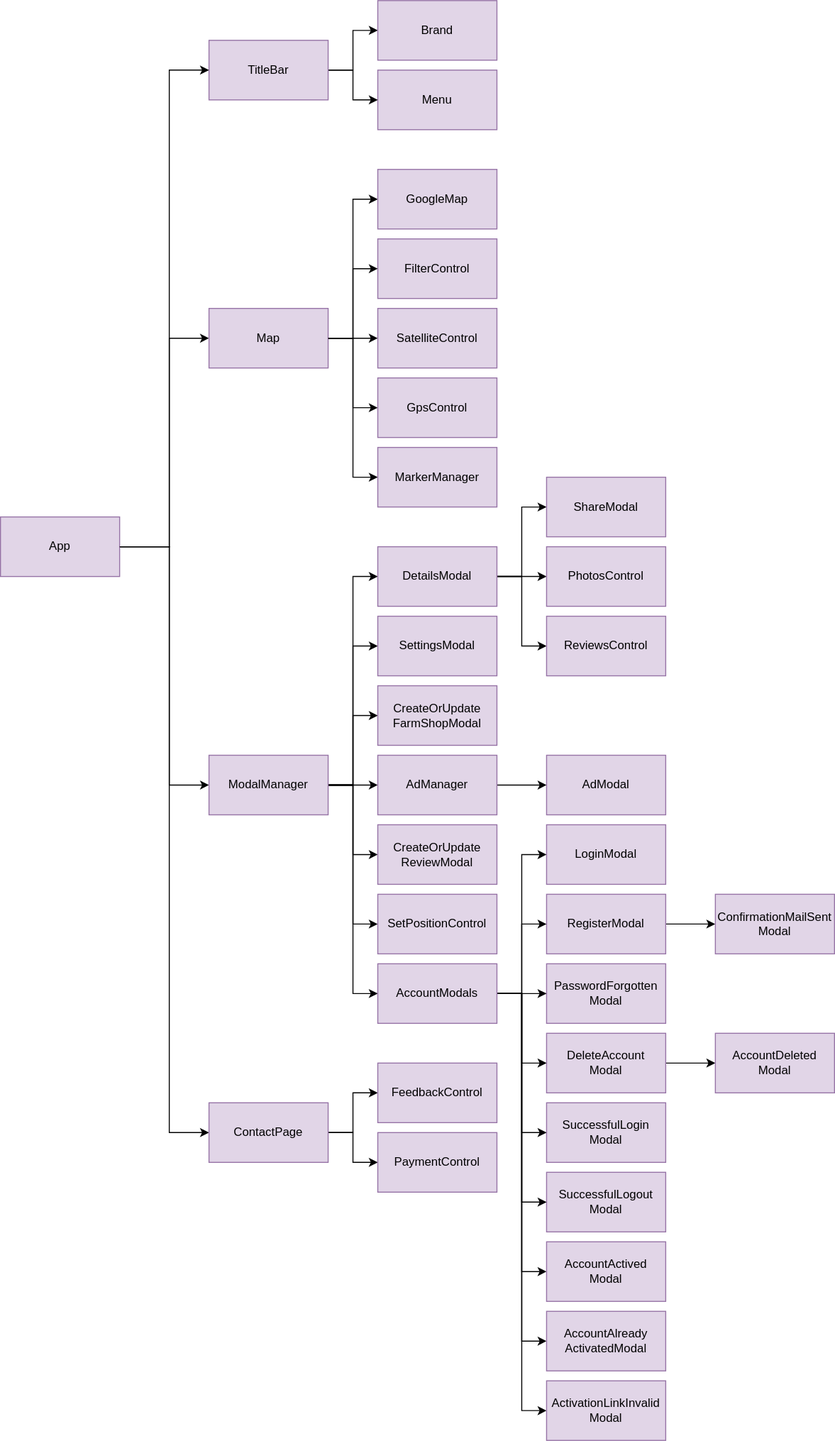
Above: _images/architecture-front-end.drawio.svg in gartenkralle/geolocation-services-doc (draw.io), before the change. Source tidied: cells renumbered, new cells last; positions are measured from the earlier drawing's top-left corner, leaving out a move shared by most shapes.
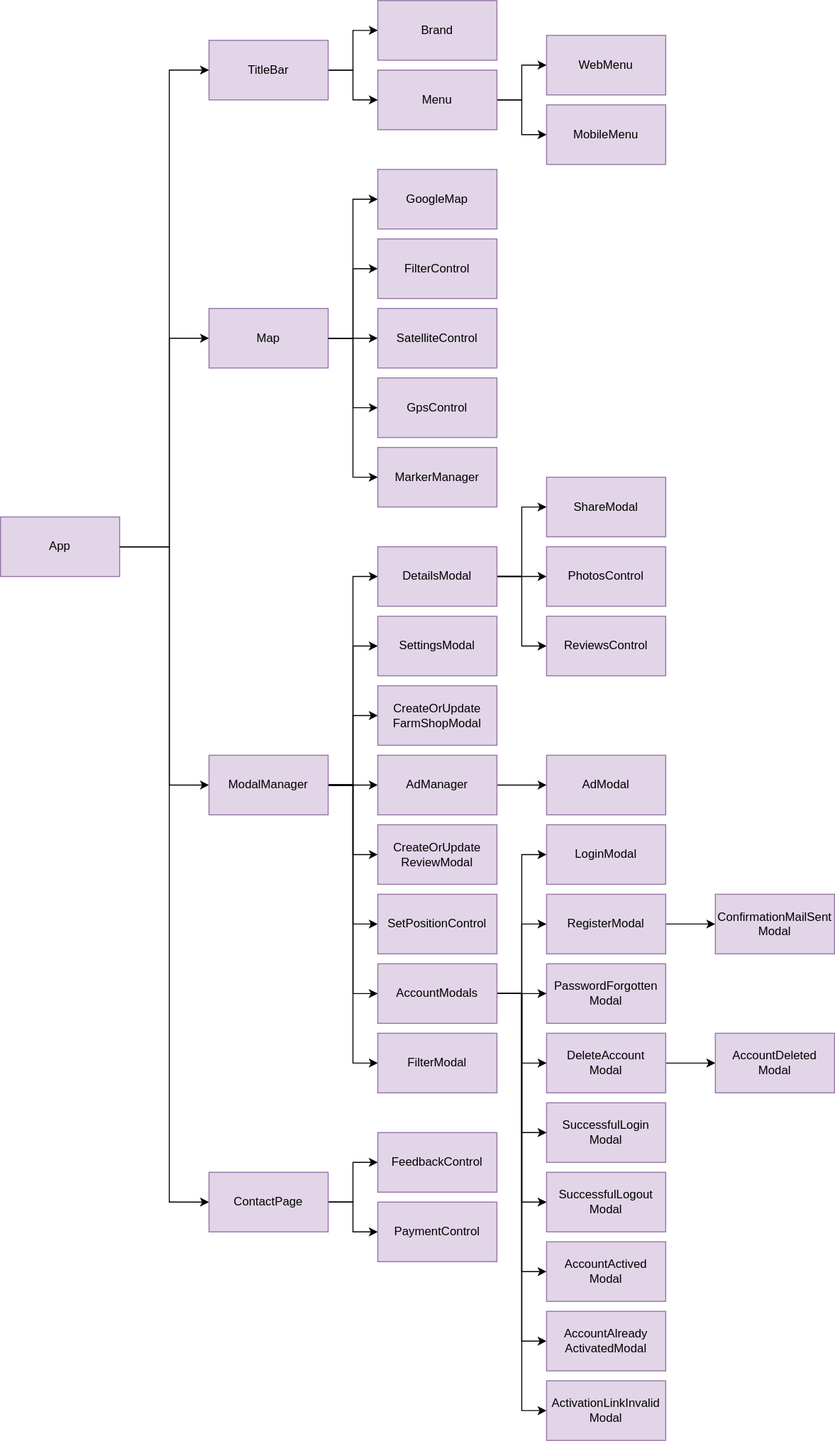
After the change.

Commit message:
update front end diagram

What changed in the source:
```diff
@@ -22,13 +22,19 @@
       <mxGeometry relative="1" as="geometry">
         <Array as="points">
           <mxPoint x="170" y="550" />
-          <mxPoint x="170" y="1140" />
+          <mxPoint x="170" y="1210" />
         </Array>
       </mxGeometry>
     </mxCell>
     <mxCell id="5" value="App" style="rounded=0;whiteSpace=wrap;html=1;fillColor=#e1d5e7;strokeColor=#9673a6;" parent="1" vertex="1">
       <mxGeometry y="520" width="120" height="60" as="geometry" />
     </mxCell>
+    <mxCell id="73" style="edgeStyle=orthogonalEdgeStyle;rounded=0;jettySize=auto;html=1;entryX=0;entryY=0.5;entryDx=0;entryDy=0;" parent="1" edge="1" source="6" target="76">
+      <mxGeometry relative="1" as="geometry" />
+    </mxCell>
+    <mxCell id="74" style="edgeStyle=orthogonalEdgeStyle;rounded=0;jettySize=auto;html=1;entryX=0;entryY=0.5;entryDx=0;entryDy=0;" parent="1" edge="1" source="6" target="77">
+      <mxGeometry relative="1" as="geometry" />
+    </mxCell>
     <mxCell id="6" value="Menu" style="rounded=0;whiteSpace=wrap;html=1;fillColor=#e1d5e7;strokeColor=#9673a6;" parent="1" vertex="1">
       <mxGeometry x="380" y="70" width="120" height="60" as="geometry" />
     </mxCell>
@@ -68,6 +74,9 @@
     <mxCell id="18" style="edgeStyle=orthogonalEdgeStyle;rounded=0;jettySize=auto;html=1;entryX=0;entryY=0.5;entryDx=0;entryDy=0;" parent="1" edge="1" source="19" target="68">
       <mxGeometry relative="1" as="geometry" />
     </mxCell>
+    <mxCell id="75" style="edgeStyle=orthogonalEdgeStyle;rounded=0;jettySize=auto;html=1;entryX=0;entryY=0.5;entryDx=0;entryDy=0;" parent="1" edge="1" source="19" target="78">
+      <mxGeometry relative="1" as="geometry" />
+    </mxCell>
     <mxCell id="19" value="ModalManager" style="rounded=0;whiteSpace=wrap;html=1;fillColor=#e1d5e7;strokeColor=#9673a6;" parent="1" vertex="1">
       <mxGeometry x="210" y="760" width="120" height="60" as="geometry" />
     </mxCell>
@@ -153,13 +162,13 @@
       <mxGeometry relative="1" as="geometry" />
     </mxCell>
     <mxCell id="45" value="ContactPage" style="rounded=0;whiteSpace=wrap;html=1;fillColor=#e1d5e7;strokeColor=#9673a6;" parent="1" vertex="1">
-      <mxGeometry x="210" y="1110" width="120" height="60" as="geometry" />
+      <mxGeometry x="210" y="1180" width="120" height="60" as="geometry" />
     </mxCell>
     <mxCell id="46" value="FeedbackControl" style="rounded=0;whiteSpace=wrap;html=1;fillColor=#e1d5e7;strokeColor=#9673a6;" parent="1" vertex="1">
-      <mxGeometry x="380" y="1070" width="120" height="60" as="geometry" />
+      <mxGeometry x="380" y="1140" width="120" height="60" as="geometry" />
     </mxCell>
     <mxCell id="47" value="PaymentControl" style="rounded=0;whiteSpace=wrap;html=1;fillColor=#e1d5e7;strokeColor=#9673a6;" parent="1" vertex="1">
-      <mxGeometry x="380" y="1140" width="120" height="60" as="geometry" />
+      <mxGeometry x="380" y="1210" width="120" height="60" as="geometry" />
     </mxCell>
     <mxCell id="48" value="MarkerManager" style="rounded=0;whiteSpace=wrap;html=1;fillColor=#e1d5e7;strokeColor=#9673a6;" parent="1" vertex="1">
       <mxGeometry x="380" y="450" width="120" height="60" as="geometry" />
@@ -236,5 +245,14 @@
     <mxCell id="72" value="ActivationLinkInvalid&lt;div&gt;Modal&lt;/div&gt;" style="rounded=0;whiteSpace=wrap;html=1;fillColor=#e1d5e7;strokeColor=#9673a6;" parent="1" vertex="1">
       <mxGeometry x="550" y="1390" width="120" height="60" as="geometry" />
     </mxCell>
+    <mxCell id="76" value="WebMenu" style="rounded=0;whiteSpace=wrap;html=1;fillColor=#e1d5e7;strokeColor=#9673a6;" parent="1" vertex="1">
+      <mxGeometry x="550" y="35" width="120" height="60" as="geometry" />
+    </mxCell>
+    <mxCell id="77" value="MobileMenu" style="rounded=0;whiteSpace=wrap;html=1;fillColor=#e1d5e7;strokeColor=#9673a6;" parent="1" vertex="1">
+      <mxGeometry x="550" y="105" width="120" height="60" as="geometry" />
+    </mxCell>
+    <mxCell id="78" value="FilterModal" style="rounded=0;whiteSpace=wrap;html=1;fillColor=#e1d5e7;strokeColor=#9673a6;" parent="1" vertex="1">
+      <mxGeometry x="380" y="1040" width="120" height="60" as="geometry" />
+    </mxCell>
   </root>
 </mxGraphModel>
```
